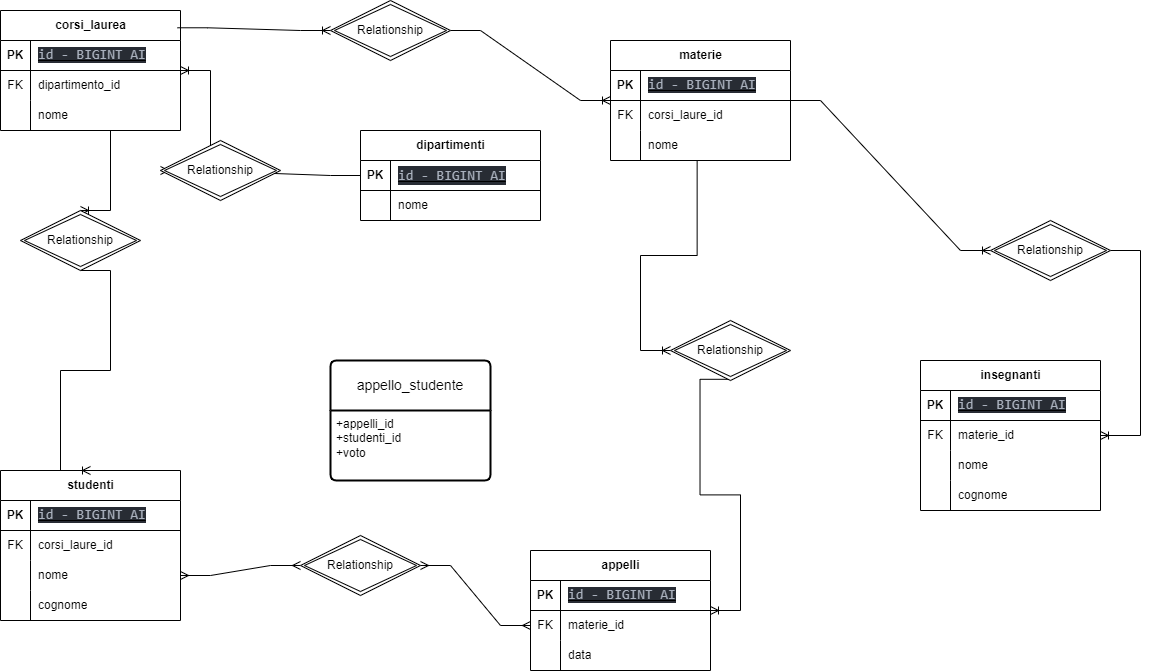
The draw.io diagram schema.png in Alberto-Monaco/db-university, before a commit. Source tidied: cells renumbered, new cells last; positions are measured from the earlier drawing's top-left corner, leaving out a move shared by most shapes.
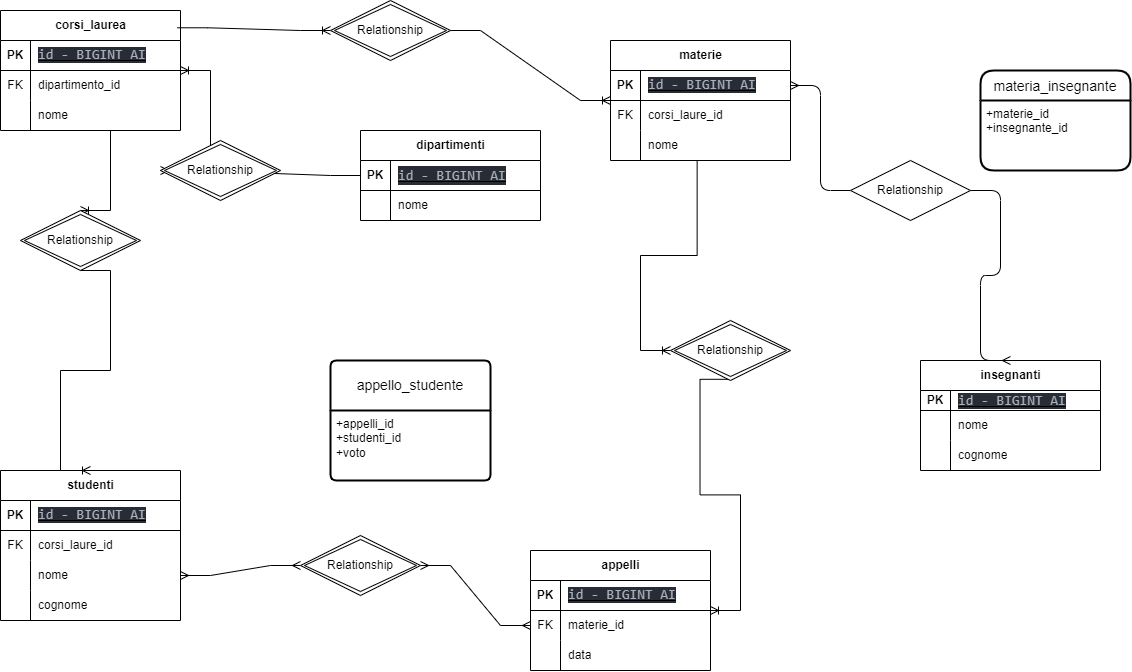
The same file after the commit.

Change to the diagram source:
```diff
@@ -153,28 +153,19 @@
       <mxGeometry x="30" width="150" height="30" as="geometry" />
     </mxCell>
     <mxCell id="52" value="insegnanti" style="shape=table;startSize=30;rowLines=0;fontStyle=1;align=center;html=1;" parent="1" vertex="1">
-      <mxGeometry x="1060" y="420" width="180" height="150" as="geometry" />
+      <mxGeometry x="1060" y="420" width="180" height="110" as="geometry" />
     </mxCell>
     <mxCell id="53" style="shape=tableRow;horizontal=0;startSize=0;swimlaneHead=0;swimlaneBody=0;fillColor=none;top=0;left=0;right=0;bottom=1;" parent="52" vertex="1">
-      <mxGeometry y="30" width="180" height="30" as="geometry" />
+      <mxGeometry y="30" width="180" height="20" as="geometry" />
     </mxCell>
     <mxCell id="54" value="PK" style="shape=partialRectangle;fillColor=none;top=0;left=0;bottom=0;right=0;fontStyle=1;overflow=hidden;whiteSpace=wrap;html=1;" parent="53" vertex="1">
-      <mxGeometry width="30" height="30" as="geometry" />
+      <mxGeometry width="30" height="20" as="geometry" />
     </mxCell>
     <mxCell id="55" value="&lt;span style=&quot;color: rgb(171, 178, 191); font-family: Consolas, &amp;quot;Courier New&amp;quot;, monospace; font-size: 14px; font-weight: 400; white-space: pre; background-color: rgb(40, 44, 52);&quot;&gt;id - BIGINT AI&lt;/span&gt;" style="shape=partialRectangle;fillColor=none;top=0;left=0;bottom=0;right=0;align=left;spacingLeft=6;fontStyle=5;overflow=hidden;whiteSpace=wrap;html=1;" parent="53" vertex="1">
-      <mxGeometry x="30" width="150" height="30" as="geometry" />
+      <mxGeometry x="30" width="150" height="20" as="geometry" />
     </mxCell>
-    <mxCell id="56" style="shape=tableRow;horizontal=0;startSize=0;swimlaneHead=0;swimlaneBody=0;fillColor=none;top=0;left=0;right=0;bottom=0;" parent="52" vertex="1">
-      <mxGeometry y="60" width="180" height="30" as="geometry" />
-    </mxCell>
-    <mxCell id="57" value="FK" style="shape=partialRectangle;fillColor=none;top=0;left=0;bottom=0;right=0;overflow=hidden;whiteSpace=wrap;html=1;" parent="56" vertex="1">
-      <mxGeometry width="30" height="30" as="geometry" />
-    </mxCell>
-    <mxCell id="58" value="materie_id" style="shape=partialRectangle;fillColor=none;top=0;left=0;bottom=0;right=0;align=left;spacingLeft=6;overflow=hidden;whiteSpace=wrap;html=1;" parent="56" vertex="1">
-      <mxGeometry x="30" width="150" height="30" as="geometry" />
-    </mxCell>
     <mxCell id="59" style="shape=tableRow;horizontal=0;startSize=0;swimlaneHead=0;swimlaneBody=0;fillColor=none;top=0;left=0;right=0;bottom=0;" parent="52" vertex="1">
-      <mxGeometry y="90" width="180" height="30" as="geometry" />
+      <mxGeometry y="50" width="180" height="30" as="geometry" />
     </mxCell>
     <mxCell id="60" style="shape=partialRectangle;fillColor=none;top=0;left=0;bottom=0;right=0;overflow=hidden;whiteSpace=wrap;html=1;" parent="59" vertex="1">
       <mxGeometry width="30" height="30" as="geometry" />
@@ -183,7 +174,7 @@
       <mxGeometry x="30" width="150" height="30" as="geometry" />
     </mxCell>
     <mxCell id="62" style="shape=tableRow;horizontal=0;startSize=0;swimlaneHead=0;swimlaneBody=0;fillColor=none;top=0;left=0;right=0;bottom=0;" parent="52" vertex="1">
-      <mxGeometry y="120" width="180" height="30" as="geometry" />
+      <mxGeometry y="80" width="180" height="30" as="geometry" />
     </mxCell>
     <mxCell id="63" style="shape=partialRectangle;fillColor=none;top=0;left=0;bottom=0;right=0;overflow=hidden;whiteSpace=wrap;html=1;" parent="62" vertex="1">
       <mxGeometry width="30" height="30" as="geometry" />
@@ -229,15 +220,6 @@
     <mxCell id="72" value="Relationship" style="shape=rhombus;double=1;perimeter=rhombusPerimeter;whiteSpace=wrap;html=1;align=center;" parent="1" vertex="1">
       <mxGeometry x="470" y="60" width="120" height="60" as="geometry" />
     </mxCell>
-    <mxCell id="73" style="edgeStyle=entityRelationEdgeStyle;fontSize=12;html=1;endArrow=ERoneToMany;rounded=0;" parent="1" edge="1" source="75" target="52">
-      <mxGeometry relative="1" as="geometry" />
-    </mxCell>
-    <mxCell id="74" style="edgeStyle=entityRelationEdgeStyle;fontSize=12;html=1;endArrow=ERoneToMany;rounded=0;" parent="1" edge="1" source="9" target="75">
-      <mxGeometry relative="1" as="geometry" />
-    </mxCell>
-    <mxCell id="75" value="Relationship" style="shape=rhombus;double=1;perimeter=rhombusPerimeter;whiteSpace=wrap;html=1;align=center;" parent="1" vertex="1">
-      <mxGeometry x="1130" y="280" width="120" height="60" as="geometry" />
-    </mxCell>
     <mxCell id="76" style="edgeStyle=entityRelationEdgeStyle;fontSize=12;html=1;endArrow=ERoneToMany;rounded=0;exitX=0.496;exitY=0.98;exitDx=0;exitDy=0;exitPerimeter=0;" parent="1" edge="1" source="78" target="19">
       <mxGeometry relative="1" as="geometry">
         <Array as="points">
@@ -277,5 +259,20 @@
     <mxCell id="84" value="Relationship" style="shape=rhombus;double=1;perimeter=rhombusPerimeter;whiteSpace=wrap;html=1;align=center;" parent="1" vertex="1">
       <mxGeometry x="440" y="595" width="120" height="60" as="geometry" />
     </mxCell>
+    <mxCell id="85" value="materia_insegnante" style="swimlane;horizontal=1;startSize=30;rounded=1;fontSize=14;fontStyle=0;strokeWidth=2;shadow=0;dashed=0;align=center;" parent="1" vertex="1">
+      <mxGeometry x="1120" y="130" width="150" height="100" as="geometry" />
+    </mxCell>
+    <mxCell id="86" value="+materie_id&#10;+insegnante_id&#10;" style="align=left;strokeColor=none;fillColor=none;spacingLeft=4;fontSize=12;verticalAlign=top;" parent="85" vertex="1">
+      <mxGeometry y="30" width="150" height="70" as="geometry" />
+    </mxCell>
+    <mxCell id="73" style="edgeStyle=entityRelationEdgeStyle;fontSize=12;html=1;endArrow=ERmany;startArrow=none;exitX=1;exitY=0.5;exitDx=0;exitDy=0;entryX=0.5;entryY=0;entryDx=0;entryDy=0;" parent="1" edge="1" source="75" target="52">
+      <mxGeometry relative="1" as="geometry" />
+    </mxCell>
+    <mxCell id="87" style="edgeStyle=entityRelationEdgeStyle;fontSize=12;html=1;endArrow=none;startArrow=ERmany;entryX=0;entryY=0.5;entryDx=0;entryDy=0;exitX=1;exitY=0.5;exitDx=0;exitDy=0;" parent="1" edge="1" source="10" target="75">
+      <mxGeometry relative="1" as="geometry" />
+    </mxCell>
+    <mxCell id="75" value="Relationship" style="shape=rhombus;perimeter=rhombusPerimeter;whiteSpace=wrap;html=1;align=center;" parent="1" vertex="1">
+      <mxGeometry x="990" y="220" width="120" height="60" as="geometry" />
+    </mxCell>
   </root>
 </mxGraphModel>
```
